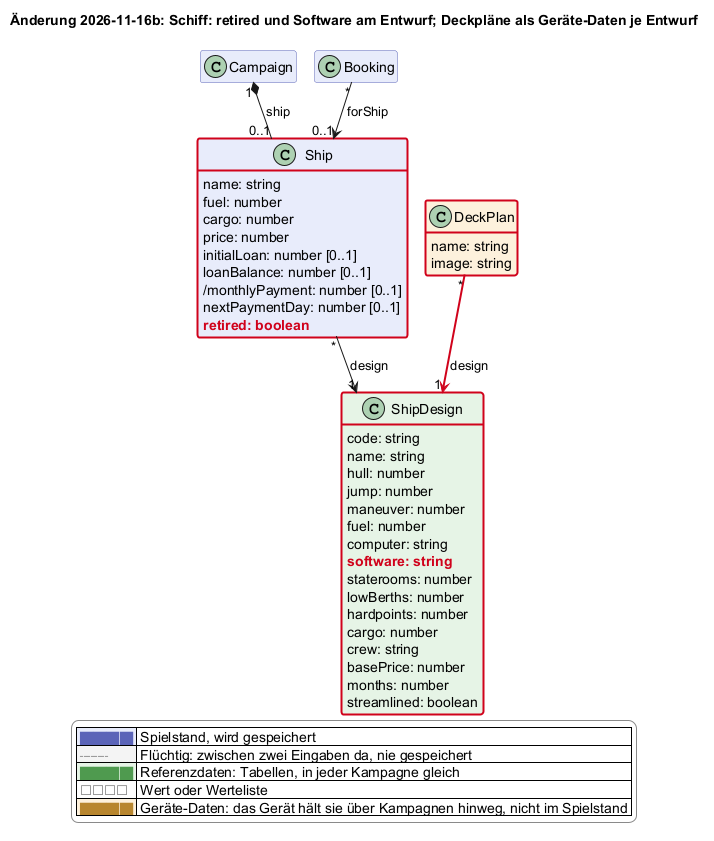
scuzzar/SRE keeps this PlantUML diagram as docs/changes/2026-11-16b-schiff-retired-und-deckplaene.png. Above is the earlier version. The source it was exported from:
```plantuml
@startuml
!$change = "2026-11-16b"
!if %not(%variable_exists("$change"))
!$change = "*"
!endif
!function $marked($c)
!return $change == "*" || $change == $c
!endfunction
!function $new($c, $t)
!if $marked($c)
!return "<color:#d0021b><b>" + $t + "</b></color>"
!endif
!return $t
!endfunction
!procedure $gone($c, $t)
!if $marked($c)
<color:#d0021b><s>$t</s></color>
!endif
!endprocedure
!function $newClass($c)
!if $marked($c)
!return "#line:d0021b;line.bold"
!endif
!return ""
!endfunction
!function $newArrow($c)
!if $marked($c)
!return "[#d0021b,bold]"
!endif
!return ""
!endfunction
!function $goneArrow($c)
!if $marked($c)
!return "[#d0021b,dashed]"
!endif
!return ""
!endfunction
!pragma layout smetana
title Änderung 2026-11-16b: Schiff: retired und Software am Entwurf; Deckpläne als Geräte-Daten je Entwurf
hide empty members
hide methods
skinparam classAttributeIconSize 0
skinparam shadowing false
skinparam packageStyle rectangle
skinparam class {
  BackgroundColor #e8ecfb
  BorderColor #5b64b8
  BackgroundColor<<transient>> #f4f4f4
  BorderColor<<transient>> #8a8a8a
  BackgroundColor<<reference>> #e6f4e6
  BorderColor<<reference>> #4f9a4f
  BackgroundColor<<value>> #ffffff
  BorderColor<<value>> #8a8a8a
  BackgroundColor<<browser>> #fdf1dc
  BorderColor<<browser>> #b8862e
}
skinparam legendBackgroundColor #ffffff
skinparam legendBorderColor #8a8a8a
<style>
classDiagram {
  class {
    .transient {
      LineStyle 5-3
    }
  }
}
</style>
hide <<transient>> stereotype
hide <<reference>> stereotype
hide <<value>> stereotype
hide <<browser>> stereotype

  class Campaign $kampagne
  class Booking $shop

  class Ship $schiffe {
    name: string
    fuel: number
    cargo: number
    price: number
    initialLoan: number [0..1]
    loanBalance: number [0..1]
    /monthlyPayment: number [0..1]
    nextPaymentDay: number [0..1]
    $new("2026-11-16b", "retired: boolean")
  }
  class ShipDesign <<reference>> $schiffe {
    code: string
    name: string
    hull: number
    jump: number
    maneuver: number
    fuel: number
    computer: string
    $new("2026-11-16b", "software: string")
    staterooms: number
    lowBerths: number
    hardpoints: number
    cargo: number
    crew: string
    basePrice: number
    months: number
    streamlined: boolean
  }
  class DeckPlan <<browser>> $schiffe $newClass("2026-11-16b") {
    name: string
    image: string
  }








Campaign "1" *-- "0..1" Ship : ship
Ship "*" --> "1" ShipDesign : design
Booking "*" --> "0..1" Ship : forShip
DeckPlan "*" -$newArrow("2026-11-16b")-> "1" ShipDesign : design













legend right
  |<#e8ecfb> <color:#5b64b8>████</color> | Spielstand, wird gespeichert |
  |<#f4f4f4> <color:#8a8a8a>╌╌╌╌</color> | Flüchtig: zwischen zwei Eingaben da, nie gespeichert |
  |<#e6f4e6> <color:#4f9a4f>████</color> | Referenzdaten: Tabellen, in jeder Kampagne gleich |
  |<#ffffff> <color:#8a8a8a>□□□□</color> | Wert oder Werteliste |
  |<#fdf1dc> <color:#b8862e>████</color> | Geräte-Daten: das Gerät hält sie über Kampagnen hinweg, nicht im Spielstand |
endlegend
class Ship #line:d0021b;line.bold
class ShipDesign #line:d0021b;line.bold
@enduml
```
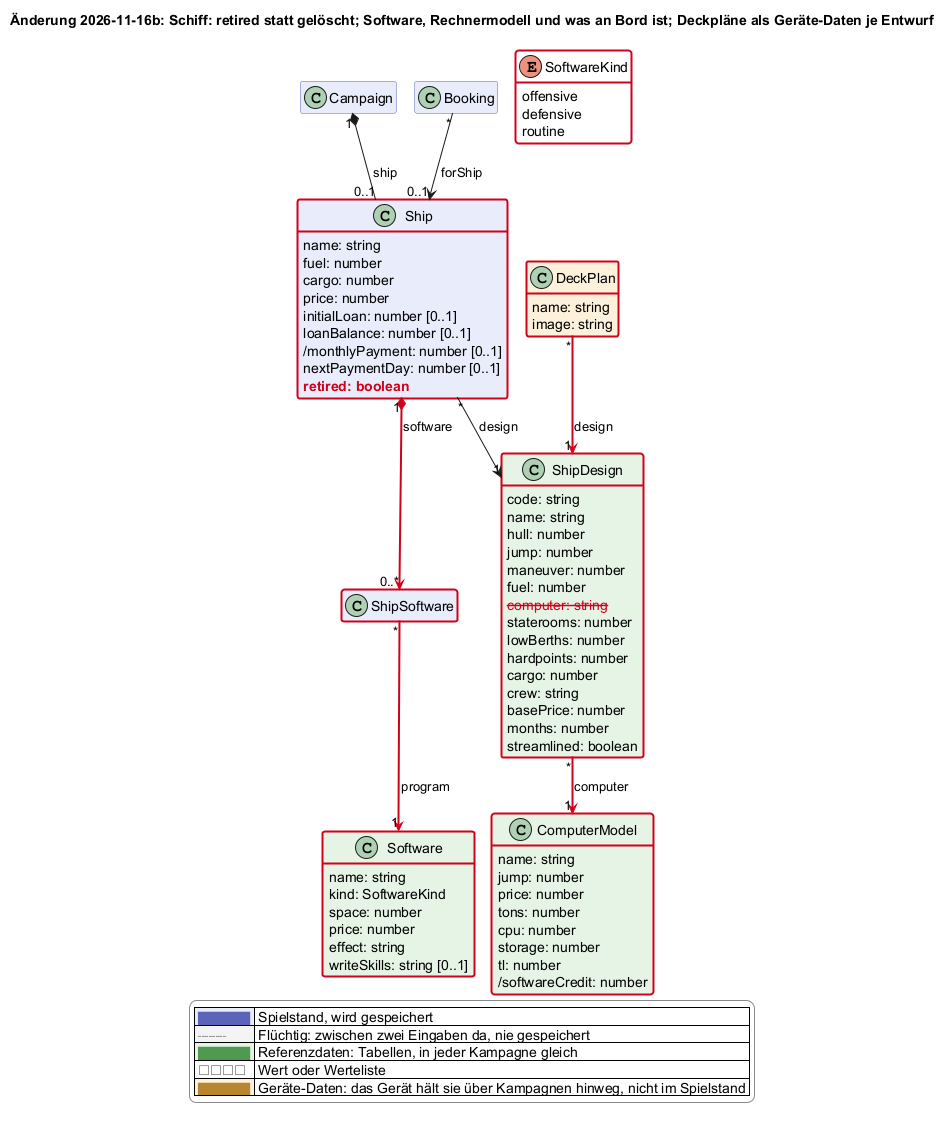
After the change.

Commit message:
Schiffe: Software, Rechner und Bordsoftware statt Textfeld (Änderung 2026-11-16b)

Change to the diagram source:
```diff
@@ -36,7 +36,7 @@
 !return ""
 !endfunction
 !pragma layout smetana
-title Änderung 2026-11-16b: Schiff: retired und Software am Entwurf; Deckpläne als Geräte-Daten je Entwurf
+title Änderung 2026-11-16b: Schiff: retired statt gelöscht; Software, Rechnermodell und was an Bord ist; Deckpläne als Geräte-Daten je Entwurf
 hide empty members
 hide methods
 skinparam classAttributeIconSize 0
@@ -84,6 +84,8 @@
     nextPaymentDay: number [0..1]
     $new("2026-11-16b", "retired: boolean")
   }
+  class ShipSoftware $schiffe $newClass("2026-11-16b") {
+  }
   class ShipDesign <<reference>> $schiffe {
     code: string
     name: string
@@ -91,8 +93,7 @@
     jump: number
     maneuver: number
     fuel: number
-    computer: string
-    $new("2026-11-16b", "software: string")
+    $gone("2026-11-16b", "computer: string")
     staterooms: number
     lowBerths: number
     hardpoints: number
@@ -101,6 +102,29 @@
     basePrice: number
     months: number
     streamlined: boolean
+  }
+  class ComputerModel <<reference>> $schiffe $newClass("2026-11-16b") {
+    name: string
+    jump: number
+    price: number
+    tons: number
+    cpu: number
+    storage: number
+    tl: number
+    /softwareCredit: number
+  }
+  class Software <<reference>> $schiffe $newClass("2026-11-16b") {
+    name: string
+    kind: SoftwareKind
+    space: number
+    price: number
+    effect: string
+    writeSkills: string [0..1]
+  }
+  enum SoftwareKind <<value>> $schiffe $newClass("2026-11-16b") {
+    offensive
+    defensive
+    routine
   }
   class DeckPlan <<browser>> $schiffe $newClass("2026-11-16b") {
     name: string
@@ -116,6 +140,9 @@
 
 Campaign "1" *-- "0..1" Ship : ship
 Ship "*" --> "1" ShipDesign : design
+Ship "1" *-$newArrow("2026-11-16b")-> "0..*" ShipSoftware : software
+ShipSoftware "*" -$newArrow("2026-11-16b")-> "1" Software : program
+ShipDesign "*" -$newArrow("2026-11-16b")-> "1" ComputerModel : computer
 Booking "*" --> "0..1" Ship : forShip
 DeckPlan "*" -$newArrow("2026-11-16b")-> "1" ShipDesign : design
 
```
